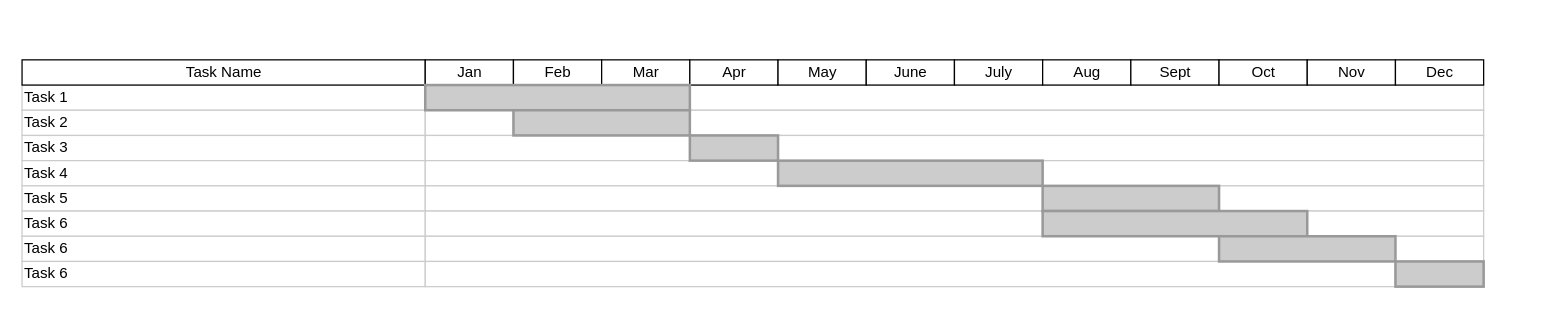
This is gnatt-chart.drawio from kellydingzx/sys-eng-diagram, a draw.io file, before an edit. Source tidied: cells renumbered, new cells numbered last; positions are measured from the earlier drawing's top-left corner, leaving out a move shared by most shapes. Both pictures are drawn from the tidied source at 126%, with x=0, y=0 at pixel (21, 59).
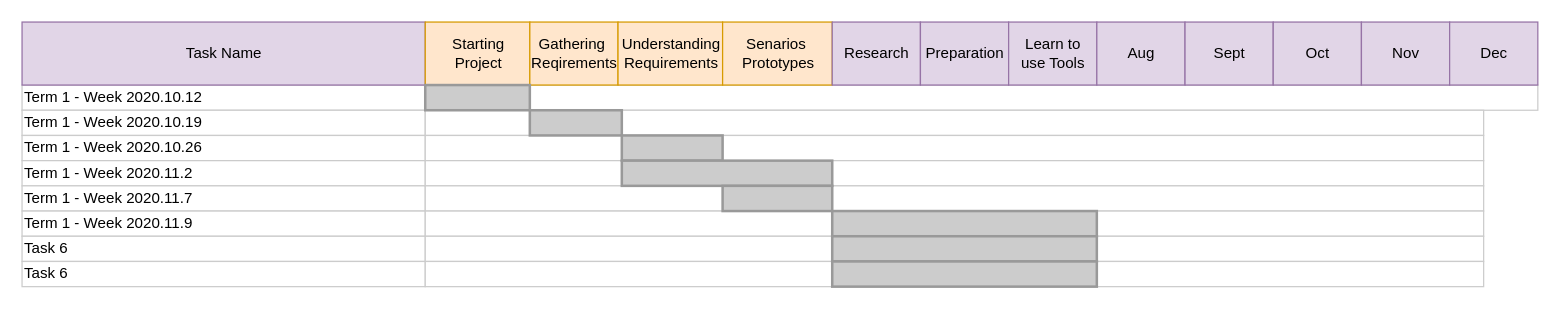
Above is the later version.

Diff of the diagram source:
```diff
@@
-    <mxCell id="2" value="Task 1" style="align=left;strokeColor=#CCCCCC;html=1;" parent="1" vertex="1">
+    <mxCell id="2" value="Term 1 - Week 2020.10.12" style="align=left;strokeColor=#CCCCCC;html=1;" parent="1" vertex="1">
       <mxGeometry y="20" width="320" height="20" as="geometry" />
     </mxCell>
-    <mxCell id="3" value="Task 2" style="align=left;strokeColor=#CCCCCC;html=1;" parent="1" vertex="1">
+    <mxCell id="3" value="Term 1 - Week 2020.10.19" style="align=left;strokeColor=#CCCCCC;html=1;" parent="1" vertex="1">
       <mxGeometry y="40" width="320" height="20" as="geometry" />
     </mxCell>
-    <mxCell id="4" value="Task 3" style="align=left;strokeColor=#CCCCCC;html=1;" parent="1" vertex="1">
+    <mxCell id="4" value="Term 1 - Week 2020.10.26" style="align=left;strokeColor=#CCCCCC;html=1;" parent="1" vertex="1">
       <mxGeometry y="60" width="320" height="20" as="geometry" />
     </mxCell>
-    <mxCell id="5" value="Task 4" style="align=left;strokeColor=#CCCCCC;html=1;" parent="1" vertex="1">
+    <mxCell id="5" value="Term 1 - Week 2020.11.2" style="align=left;strokeColor=#CCCCCC;html=1;" parent="1" vertex="1">
       <mxGeometry y="80" width="320" height="20" as="geometry" />
     </mxCell>
-    <mxCell id="6" value="Task 5" style="align=left;strokeColor=#CCCCCC;html=1;" parent="1" vertex="1">
+    <mxCell id="6" value="Term 1 - Week 2020.11.7" style="align=left;strokeColor=#CCCCCC;html=1;" parent="1" vertex="1">
       <mxGeometry y="100" width="320" height="20" as="geometry" />
     </mxCell>
-    <mxCell id="7" value="Task 6" style="align=left;strokeColor=#CCCCCC;html=1;" parent="1" vertex="1">
+    <mxCell id="7" value="Term 1 - Week 2020.11.9" style="align=left;strokeColor=#CCCCCC;html=1;" parent="1" vertex="1">
       <mxGeometry y="120" width="320" height="20" as="geometry" />
     </mxCell>
-    <mxCell id="8" value="Task Name" style="strokeWidth=1;fontStyle=0;html=1;" parent="1" vertex="1">
-      <mxGeometry width="320" height="20" as="geometry" />
+    <mxCell id="8" value="Task Name" style="strokeWidth=1;fontStyle=0;html=1;fillColor=#e1d5e7;strokeColor=#9673a6;" parent="1" vertex="1">
+      <mxGeometry y="-30" width="320" height="50" as="geometry" />
     </mxCell>
@@
     <mxCell id="11" style="align=left;strokeColor=#CCCCCC;html=1;" parent="1" vertex="1">
-      <mxGeometry x="320" y="20" width="840" height="20" as="geometry" />
+      <mxGeometry x="330" y="20" width="873" height="20" as="geometry" />
     </mxCell>
-    <mxCell id="12" value="Jan" style="strokeWidth=1;fontStyle=0;html=1;" parent="1" vertex="1">
-      <mxGeometry x="320" width="70" height="20" as="geometry" />
+    <mxCell id="12" value="Starting &lt;br&gt;Project" style="strokeWidth=1;fontStyle=0;html=1;fillColor=#ffe6cc;strokeColor=#d79b00;" parent="1" vertex="1">
+      <mxGeometry x="320" y="-30" width="83" height="50" as="geometry" />
     </mxCell>
-    <mxCell id="13" value="Feb" style="strokeWidth=1;fontStyle=0;html=1;" parent="1" vertex="1">
-      <mxGeometry x="390" width="70" height="20" as="geometry" />
+    <mxCell id="13" value="Gathering&amp;nbsp;&lt;br&gt;Reqirements" style="strokeWidth=1;fontStyle=0;html=1;fillColor=#ffe6cc;strokeColor=#d79b00;" parent="1" vertex="1">
+      <mxGeometry x="403" y="-30" width="70" height="50" as="geometry" />
     </mxCell>
-    <mxCell id="14" value="Mar" style="strokeWidth=1;fontStyle=0;html=1;" parent="1" vertex="1">
-      <mxGeometry x="460" width="70" height="20" as="geometry" />
+    <mxCell id="14" value="Understanding&lt;br&gt;Requirements" style="strokeWidth=1;fontStyle=0;html=1;fillColor=#ffe6cc;strokeColor=#d79b00;" parent="1" vertex="1">
+      <mxGeometry x="473" y="-30" width="83" height="50" as="geometry" />
     </mxCell>
-    <mxCell id="15" value="Apr" style="strokeWidth=1;fontStyle=0;html=1;" parent="1" vertex="1">
-      <mxGeometry x="530" width="70" height="20" as="geometry" />
+    <mxCell id="15" value="Senarios&amp;nbsp;&lt;br&gt;Prototypes" style="strokeWidth=1;fontStyle=0;html=1;fillColor=#ffe6cc;strokeColor=#d79b00;" parent="1" vertex="1">
+      <mxGeometry x="556" y="-30" width="87" height="50" as="geometry" />
     </mxCell>
-    <mxCell id="16" value="May" style="strokeWidth=1;fontStyle=0;html=1;" parent="1" vertex="1">
-      <mxGeometry x="600" width="70" height="20" as="geometry" />
+    <mxCell id="16" value="Research" style="strokeWidth=1;fontStyle=0;html=1;fillColor=#e1d5e7;strokeColor=#9673a6;" parent="1" vertex="1">
+      <mxGeometry x="643" y="-30" width="70" height="50" as="geometry" />
     </mxCell>
-    <mxCell id="17" value="June" style="strokeWidth=1;fontStyle=0;html=1;" parent="1" vertex="1">
-      <mxGeometry x="670" width="70" height="20" as="geometry" />
+    <mxCell id="17" value="Preparation" style="strokeWidth=1;fontStyle=0;html=1;fillColor=#e1d5e7;strokeColor=#9673a6;" parent="1" vertex="1">
+      <mxGeometry x="713" y="-30" width="70" height="50" as="geometry" />
     </mxCell>
-    <mxCell id="18" value="July" style="strokeWidth=1;fontStyle=0;html=1;" parent="1" vertex="1">
-      <mxGeometry x="740" width="70" height="20" as="geometry" />
+    <mxCell id="18" value="Learn to &lt;br&gt;use Tools" style="strokeWidth=1;fontStyle=0;html=1;fillColor=#e1d5e7;strokeColor=#9673a6;" parent="1" vertex="1">
+      <mxGeometry x="783" y="-30" width="70" height="50" as="geometry" />
     </mxCell>
-    <mxCell id="19" value="Aug" style="strokeWidth=1;fontStyle=0;html=1;" parent="1" vertex="1">
-      <mxGeometry x="810" width="70" height="20" as="geometry" />
+    <mxCell id="19" value="Aug" style="strokeWidth=1;fontStyle=0;html=1;fillColor=#e1d5e7;strokeColor=#9673a6;" parent="1" vertex="1">
+      <mxGeometry x="853" y="-30" width="70" height="50" as="geometry" />
     </mxCell>
-    <mxCell id="20" value="Sept" style="strokeWidth=1;fontStyle=0;html=1;" parent="1" vertex="1">
-      <mxGeometry x="880" width="70" height="20" as="geometry" />
+    <mxCell id="20" value="Sept" style="strokeWidth=1;fontStyle=0;html=1;fillColor=#e1d5e7;strokeColor=#9673a6;" parent="1" vertex="1">
+      <mxGeometry x="923" y="-30" width="70" height="50" as="geometry" />
     </mxCell>
-    <mxCell id="21" value="Oct" style="strokeWidth=1;fontStyle=0;html=1;" parent="1" vertex="1">
-      <mxGeometry x="950" width="70" height="20" as="geometry" />
+    <mxCell id="21" value="Oct" style="strokeWidth=1;fontStyle=0;html=1;fillColor=#e1d5e7;strokeColor=#9673a6;" parent="1" vertex="1">
+      <mxGeometry x="993" y="-30" width="70" height="50" as="geometry" />
     </mxCell>
-    <mxCell id="22" value="Nov" style="strokeWidth=1;fontStyle=0;html=1;" parent="1" vertex="1">
-      <mxGeometry x="1020" width="70" height="20" as="geometry" />
+    <mxCell id="22" value="Nov" style="strokeWidth=1;fontStyle=0;html=1;fillColor=#e1d5e7;strokeColor=#9673a6;" parent="1" vertex="1">
+      <mxGeometry x="1063" y="-30" width="70" height="50" as="geometry" />
     </mxCell>
-    <mxCell id="23" value="Dec" style="strokeWidth=1;fontStyle=0;html=1;" parent="1" vertex="1">
-      <mxGeometry x="1090" width="70" height="20" as="geometry" />
+    <mxCell id="23" value="Dec" style="strokeWidth=1;fontStyle=0;html=1;fillColor=#e1d5e7;strokeColor=#9673a6;" parent="1" vertex="1">
+      <mxGeometry x="1133" y="-30" width="70" height="50" as="geometry" />
     </mxCell>
@@
     <mxCell id="31" style="whiteSpace=wrap;html=1;strokeWidth=2;fillColor=#CCCCCC;gradientColor=none;fontSize=14;align=center;strokeColor=#999999;" parent="1" vertex="1">
-      <mxGeometry x="320" y="20" width="210" height="20" as="geometry" />
+      <mxGeometry x="320" y="20" width="83" height="20" as="geometry" />
     </mxCell>
     <mxCell id="32" style="whiteSpace=wrap;html=1;strokeWidth=2;fillColor=#CCCCCC;gradientColor=none;fontSize=14;align=center;strokeColor=#999999;" parent="1" vertex="1">
-      <mxGeometry x="390" y="40" width="140" height="20" as="geometry" />
+      <mxGeometry x="403" y="40" width="73" height="20" as="geometry" />
     </mxCell>
     <mxCell id="33" style="whiteSpace=wrap;html=1;strokeWidth=2;fillColor=#CCCCCC;gradientColor=none;fontSize=14;align=center;strokeColor=#999999;" parent="1" vertex="1">
-      <mxGeometry x="530" y="60" width="70" height="20" as="geometry" />
+      <mxGeometry x="476" y="60" width="80" height="20" as="geometry" />
     </mxCell>
     <mxCell id="34" style="whiteSpace=wrap;html=1;strokeWidth=2;fillColor=#CCCCCC;gradientColor=none;fontSize=14;align=center;strokeColor=#999999;" parent="1" vertex="1">
-      <mxGeometry x="600" y="80" width="210" height="20" as="geometry" />
+      <mxGeometry x="476" y="80" width="167" height="20" as="geometry" />
     </mxCell>
     <mxCell id="35" style="whiteSpace=wrap;html=1;strokeWidth=2;fillColor=#CCCCCC;gradientColor=none;fontSize=14;align=center;strokeColor=#999999;" parent="1" vertex="1">
-      <mxGeometry x="810" y="100" width="140" height="20" as="geometry" />
+      <mxGeometry x="556" y="100" width="87" height="20" as="geometry" />
     </mxCell>
     <mxCell id="36" style="whiteSpace=wrap;html=1;strokeWidth=2;fillColor=#CCCCCC;gradientColor=none;fontSize=14;align=center;strokeColor=#999999;" parent="1" vertex="1">
-      <mxGeometry x="810" y="120" width="210" height="20" as="geometry" />
+      <mxGeometry x="643" y="120" width="210" height="20" as="geometry" />
     </mxCell>
     <mxCell id="37" style="whiteSpace=wrap;html=1;strokeWidth=2;fillColor=#CCCCCC;gradientColor=none;fontSize=14;align=center;strokeColor=#999999;" parent="1" vertex="1">
-      <mxGeometry x="950" y="140" width="140" height="20" as="geometry" />
+      <mxGeometry x="643" y="140" width="210" height="20" as="geometry" />
     </mxCell>
     <mxCell id="38" style="whiteSpace=wrap;html=1;strokeWidth=2;fillColor=#CCCCCC;gradientColor=none;fontSize=14;align=center;strokeColor=#999999;" parent="1" vertex="1">
-      <mxGeometry x="1090" y="160" width="70" height="20" as="geometry" />
+      <mxGeometry x="643" y="160" width="210" height="20" as="geometry" />
     </mxCell>
```
